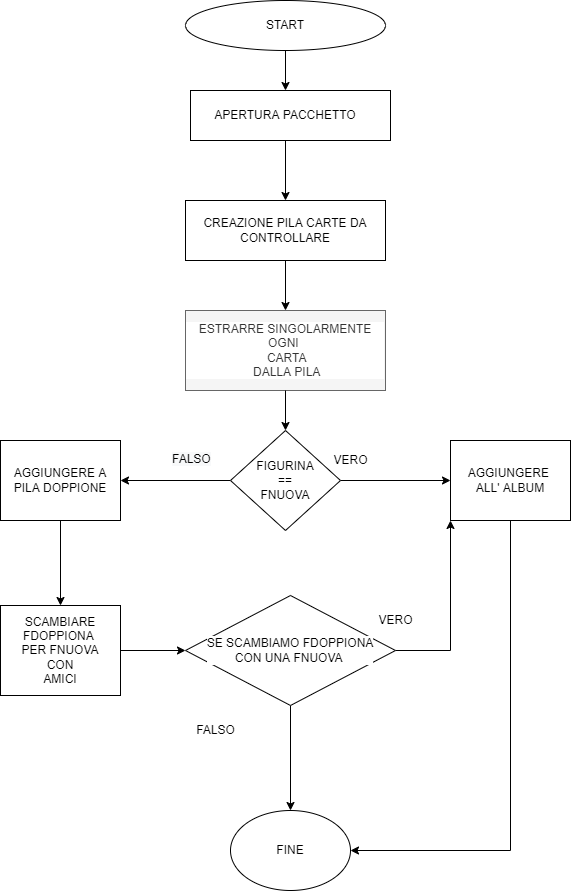
This is Diagramma_di_flusso.png from Ciro97cu/human-code, a draw.io export, as it was before one commit. Source tidied: cells renumbered, new cells last; positions are measured from the earlier drawing's top-left corner, leaving out a move shared by most shapes.
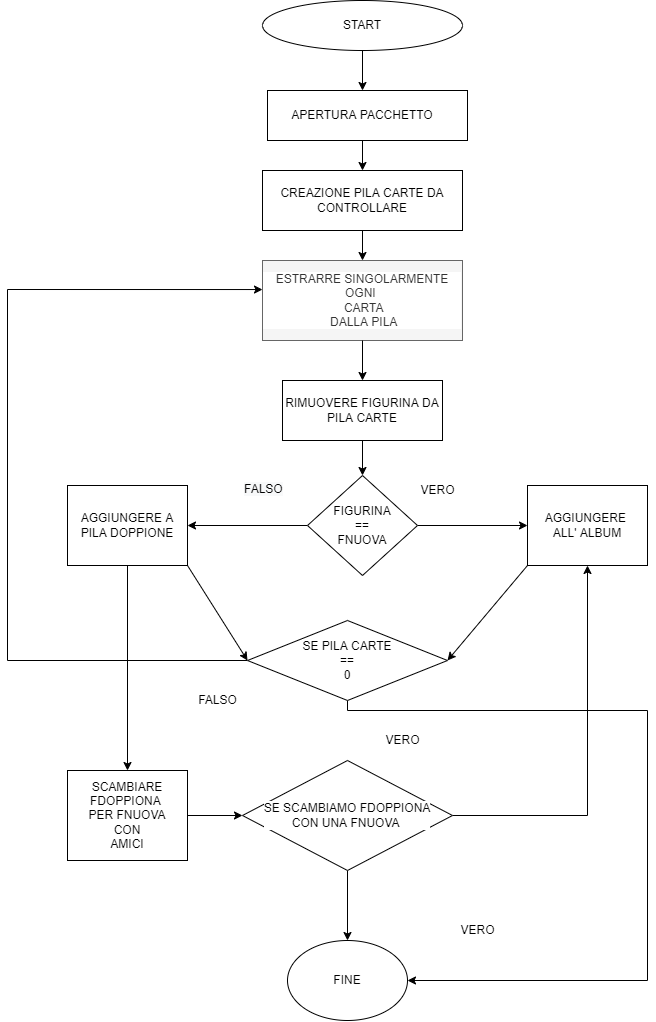
After the change.

The edit, as a diff of the source:
```diff
@@ -18,7 +18,7 @@
       <mxGeometry x="185" y="90" width="200" height="50" as="geometry" />
     </mxCell>
     <mxCell id="7" value="ESTRARRE SINGOLARMENTE OGNI&amp;nbsp;&lt;br&gt;&amp;nbsp;CARTA&lt;br&gt;&amp;nbsp;DALLA PILA" style="text;html=1;align=center;verticalAlign=middle;whiteSpace=wrap;rounded=0;labelBackgroundColor=#FFFFFF;fillColor=#f5f5f5;fontColor=#333333;strokeColor=#666666;" parent="1" vertex="1">
-      <mxGeometry x="185" y="310" width="200" height="80" as="geometry" />
+      <mxGeometry x="185" y="260" width="200" height="80" as="geometry" />
     </mxCell>
     <mxCell id="8" style="edgeStyle=orthogonalEdgeStyle;rounded=0;jettySize=auto;html=1;fontColor=#000000;" parent="1" edge="1" source="10" target="13">
       <mxGeometry relative="1" as="geometry" />
@@ -27,65 +27,95 @@
       <mxGeometry relative="1" as="geometry" />
     </mxCell>
     <mxCell id="10" value="FIGURINA&lt;br&gt;==&lt;br&gt;FNUOVA" style="rhombus;whiteSpace=wrap;html=1;labelBackgroundColor=#FFFFFF;fontColor=#000000;fillColor=#FFFFFF;" parent="1" vertex="1">
-      <mxGeometry x="230" y="430" width="110" height="100" as="geometry" />
+      <mxGeometry x="230" y="475" width="110" height="100" as="geometry" />
     </mxCell>
-    <mxCell id="11" style="endArrow=classic;html=1;rounded=0;fontColor=#000000;entryX=0.5;entryY=0;entryDx=0;entryDy=0;exitX=0.5;exitY=1;exitDx=0;exitDy=0;" parent="1" edge="1" source="7" target="10">
-      <mxGeometry relative="1" as="geometry" />
+    <mxCell id="11" style="endArrow=classic;html=1;rounded=0;fontColor=#000000;exitX=0.5;exitY=1;exitDx=0;exitDy=0;" parent="1" edge="1" source="7">
+      <mxGeometry relative="1" as="geometry">
+        <mxPoint x="285" y="380" as="targetPoint" />
+      </mxGeometry>
     </mxCell>
-    <mxCell id="12" style="edgeStyle=orthogonalEdgeStyle;rounded=0;jettySize=auto;html=1;entryX=1;entryY=0.5;entryDx=0;entryDy=0;fontColor=#000000;" parent="1" edge="1" source="13" target="21">
-      <mxGeometry relative="1" as="geometry">
-        <Array as="points">
-          <mxPoint x="510" y="850" />
-        </Array>
-      </mxGeometry>
-    </mxCell>
     <mxCell id="13" value="AGGIUNGERE &lt;br&gt;ALL' ALBUM" style="whiteSpace=wrap;html=1;fillColor=#FFFFFF;fontColor=#000000;labelBackgroundColor=#FFFFFF;" parent="1" vertex="1">
-      <mxGeometry x="450" y="440" width="120" height="80" as="geometry" />
+      <mxGeometry x="450" y="485" width="120" height="80" as="geometry" />
     </mxCell>
-    <mxCell id="14" style="edgeStyle=orthogonalEdgeStyle;rounded=0;jettySize=auto;html=1;fontColor=#000000;" parent="1" edge="1" source="15" target="19">
+    <mxCell id="14" style="edgeStyle=orthogonalEdgeStyle;rounded=0;jettySize=auto;html=1;entryX=0.5;entryY=0;entryDx=0;entryDy=0;" parent="1" edge="1" source="15" target="19">
       <mxGeometry relative="1" as="geometry" />
     </mxCell>
     <mxCell id="15" value="AGGIUNGERE A PILA DOPPIONE" style="whiteSpace=wrap;html=1;fillColor=#FFFFFF;fontColor=#000000;labelBackgroundColor=#FFFFFF;" parent="1" vertex="1">
-      <mxGeometry y="440" width="120" height="80" as="geometry" />
+      <mxGeometry x="-10" y="485" width="120" height="80" as="geometry" />
     </mxCell>
     <mxCell id="16" value="VERO&lt;br&gt;" style="text;html=1;align=center;verticalAlign=middle;strokeColor=none;fillColor=none;fontColor=#000000;" parent="1" vertex="1">
-      <mxGeometry x="325" y="450" width="50" height="20" as="geometry" />
+      <mxGeometry x="335" y="480" width="50" height="20" as="geometry" />
     </mxCell>
     <mxCell id="17" value="&lt;span style=&quot;color: rgb(0 , 0 , 0) ; font-family: &amp;#34;helvetica&amp;#34; ; font-size: 12px ; font-style: normal ; font-weight: 400 ; letter-spacing: normal ; text-align: center ; text-indent: 0px ; text-transform: none ; word-spacing: 0px ; background-color: rgb(248 , 249 , 250) ; display: inline ; float: none&quot;&gt;FALSO&lt;br&gt;&lt;br&gt;&lt;br&gt;&lt;/span&gt;" style="text;whiteSpace=wrap;html=1;fontColor=#000000;" parent="1" vertex="1">
-      <mxGeometry x="170" y="445" width="60" height="30" as="geometry" />
+      <mxGeometry x="165" y="475" width="60" height="30" as="geometry" />
     </mxCell>
     <mxCell id="18" style="edgeStyle=orthogonalEdgeStyle;rounded=0;jettySize=auto;html=1;fontColor=#000000;" parent="1" edge="1" source="19" target="24">
       <mxGeometry relative="1" as="geometry" />
     </mxCell>
     <mxCell id="19" value="SCAMBIARE FDOPPIONA &lt;br&gt;PER FNUOVA&lt;br&gt;CON&lt;br&gt;AMICI" style="whiteSpace=wrap;html=1;fillColor=#FFFFFF;fontColor=#000000;labelBackgroundColor=#FFFFFF;" parent="1" vertex="1">
-      <mxGeometry y="605" width="120" height="90" as="geometry" />
+      <mxGeometry x="-10" y="770" width="120" height="90" as="geometry" />
     </mxCell>
     <mxCell id="20" style="edgeStyle=orthogonalEdgeStyle;rounded=0;orthogonalLoop=1;jettySize=auto;html=1;entryX=0.5;entryY=1;entryDx=0;entryDy=0;fontColor=#000000;exitX=0.5;exitY=1;exitDx=0;exitDy=0;" parent="1" edge="1" source="19" target="19">
       <mxGeometry relative="1" as="geometry" />
     </mxCell>
     <mxCell id="21" value="FINE" style="ellipse;whiteSpace=wrap;html=1;labelBackgroundColor=#FFFFFF;fontColor=#000000;fillColor=#FFFFFF;" parent="1" vertex="1">
-      <mxGeometry x="230" y="810" width="120" height="80" as="geometry" />
+      <mxGeometry x="210" y="940" width="120" height="80" as="geometry" />
     </mxCell>
+    <mxCell id="23" style="edgeStyle=orthogonalEdgeStyle;rounded=0;jettySize=auto;html=1;fontColor=#000000;" parent="1" edge="1" source="24" target="21">
+      <mxGeometry relative="1" as="geometry" />
+    </mxCell>
-    <mxCell id="22" style="edgeStyle=orthogonalEdgeStyle;rounded=0;jettySize=auto;html=1;entryX=0;entryY=1;entryDx=0;entryDy=0;fontColor=#000000;" parent="1" edge="1" source="24" target="13">
+    <mxCell id="22" style="edgeStyle=orthogonalEdgeStyle;rounded=0;jettySize=auto;html=1;entryX=0.5;entryY=1;entryDx=0;entryDy=0;fontColor=#000000;" parent="1" edge="1" source="24" target="13">
       <mxGeometry relative="1" as="geometry" />
     </mxCell>
-    <mxCell id="23" style="edgeStyle=orthogonalEdgeStyle;rounded=0;jettySize=auto;html=1;fontColor=#000000;" parent="1" edge="1" source="24" target="21">
-      <mxGeometry relative="1" as="geometry" />
-    </mxCell>
     <mxCell id="24" value="SE SCAMBIAMO FDOPPIONA&lt;br&gt;CON UNA FNUOVA&amp;nbsp;" style="rhombus;whiteSpace=wrap;html=1;labelBackgroundColor=#FFFFFF;fontColor=#000000;fillColor=#FFFFFF;" parent="1" vertex="1">
-      <mxGeometry x="185" y="595" width="210" height="110" as="geometry" />
+      <mxGeometry x="165" y="760" width="210" height="110" as="geometry" />
     </mxCell>
-    <mxCell id="25" value="FALSO&lt;br&gt;" style="text;html=1;align=center;verticalAlign=middle;strokeColor=none;fillColor=none;fontColor=#000000;" parent="1" vertex="1">
-      <mxGeometry x="190" y="720" width="50" height="20" as="geometry" />
-    </mxCell>
     <mxCell id="26" value="VERO&lt;br&gt;" style="text;html=1;align=center;verticalAlign=middle;strokeColor=none;fillColor=none;fontColor=#000000;" parent="1" vertex="1">
-      <mxGeometry x="370" y="610" width="50" height="20" as="geometry" />
+      <mxGeometry x="300" y="730" width="50" height="20" as="geometry" />
     </mxCell>
     <mxCell id="27" style="edgeStyle=orthogonalEdgeStyle;rounded=0;jettySize=auto;html=1;entryX=0.5;entryY=0;entryDx=0;entryDy=0;fontColor=#000000;" parent="1" edge="1" source="28" target="7">
       <mxGeometry relative="1" as="geometry" />
     </mxCell>
     <mxCell id="28" value="CREAZIONE PILA CARTE DA CONTROLLARE" style="rounded=0;whiteSpace=wrap;html=1;labelBackgroundColor=#FFFFFF;fontColor=#000000;fillColor=#FFFFFF;" parent="1" vertex="1">
-      <mxGeometry x="185" y="200" width="200" height="60" as="geometry" />
+      <mxGeometry x="185" y="170" width="200" height="60" as="geometry" />
     </mxCell>
+    <mxCell id="29" style="edgeStyle=orthogonalEdgeStyle;rounded=0;jettySize=auto;html=1;entryX=0.5;entryY=0;entryDx=0;entryDy=0;fontColor=#000000;" parent="1" edge="1" source="30" target="10">
+      <mxGeometry relative="1" as="geometry" />
+    </mxCell>
+    <mxCell id="30" value="RIMUOVERE FIGURINA DA PILA CARTE" style="rounded=0;whiteSpace=wrap;html=1;labelBackgroundColor=#FFFFFF;fontColor=#000000;fillColor=#FFFFFF;" parent="1" vertex="1">
+      <mxGeometry x="205" y="380" width="160" height="60" as="geometry" />
+    </mxCell>
+    <mxCell id="31" style="endArrow=classic;html=1;rounded=0;fontColor=#000000;exitX=1;exitY=1;exitDx=0;exitDy=0;entryX=0;entryY=0.5;entryDx=0;entryDy=0;" parent="1" edge="1" source="15" target="34">
+      <mxGeometry relative="1" as="geometry" />
+    </mxCell>
+    <mxCell id="32" style="edgeStyle=orthogonalEdgeStyle;rounded=0;jettySize=auto;html=1;entryX=0;entryY=0.363;entryDx=0;entryDy=0;entryPerimeter=0;fontColor=#000000;" parent="1" edge="1" source="34" target="7">
+      <mxGeometry relative="1" as="geometry">
+        <Array as="points">
+          <mxPoint x="-70" y="660" />
+          <mxPoint x="-70" y="289" />
+        </Array>
+      </mxGeometry>
+    </mxCell>
+    <mxCell id="33" style="edgeStyle=orthogonalEdgeStyle;rounded=0;jettySize=auto;html=1;entryX=1;entryY=0.5;entryDx=0;entryDy=0;" parent="1" edge="1" source="34" target="21">
+      <mxGeometry relative="1" as="geometry">
+        <Array as="points">
+          <mxPoint x="270" y="710" />
+          <mxPoint x="570" y="710" />
+          <mxPoint x="570" y="980" />
+        </Array>
+      </mxGeometry>
+    </mxCell>
+    <mxCell id="34" value="SE PILA CARTE&lt;br&gt;==&lt;br&gt;0" style="rhombus;whiteSpace=wrap;html=1;labelBackgroundColor=#FFFFFF;fontColor=#000000;fillColor=#FFFFFF;" parent="1" vertex="1">
+      <mxGeometry x="170" y="620" width="200" height="80" as="geometry" />
+    </mxCell>
+    <mxCell id="35" style="endArrow=classic;html=1;rounded=0;fontColor=#000000;exitX=0;exitY=1;exitDx=0;exitDy=0;entryX=1;entryY=0.5;entryDx=0;entryDy=0;" parent="1" edge="1" source="13" target="34">
+      <mxGeometry relative="1" as="geometry" />
+    </mxCell>
+    <mxCell id="25" value="FALSO" style="text;html=1;align=center;verticalAlign=middle;strokeColor=none;fillColor=none;fontColor=#000000;" parent="1" vertex="1">
+      <mxGeometry x="115" y="690" width="50" height="20" as="geometry" />
+    </mxCell>
+    <mxCell id="36" value="VERO&lt;br&gt;" style="text;html=1;align=center;verticalAlign=middle;strokeColor=none;fillColor=none;fontColor=#000000;" parent="1" vertex="1">
+      <mxGeometry x="375" y="920" width="50" height="20" as="geometry" />
+    </mxCell>
   </root>
 </mxGraphModel>
```
